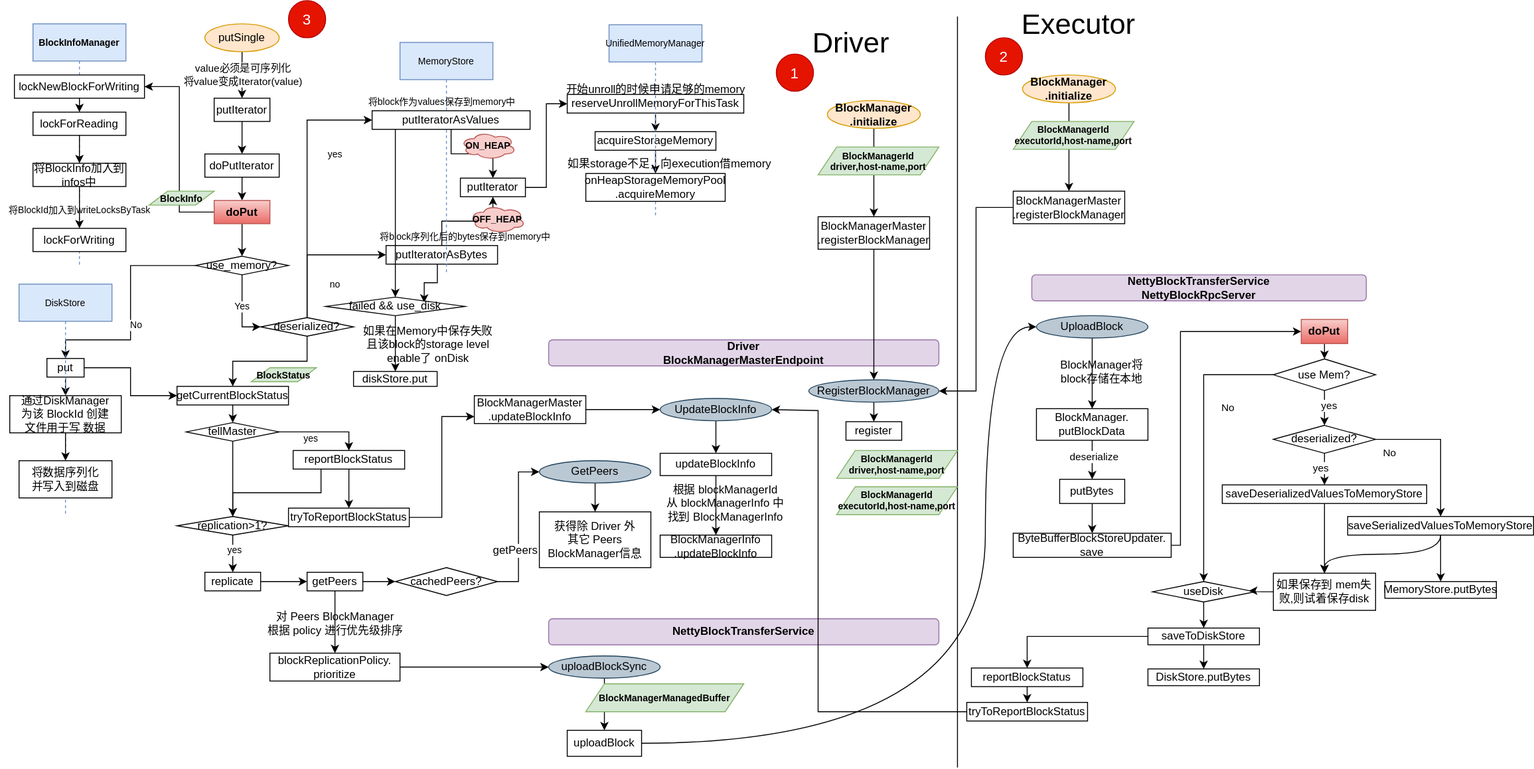
Above: docs/spark/blockmanager/bm/blockmanager-putSingle.svg in wbo4958/wbo4958.github.io (draw.io), before the change. Source tidied: cells renumbered, new cells last; positions are measured from the earlier drawing's top-left corner, leaving out a move shared by most shapes.
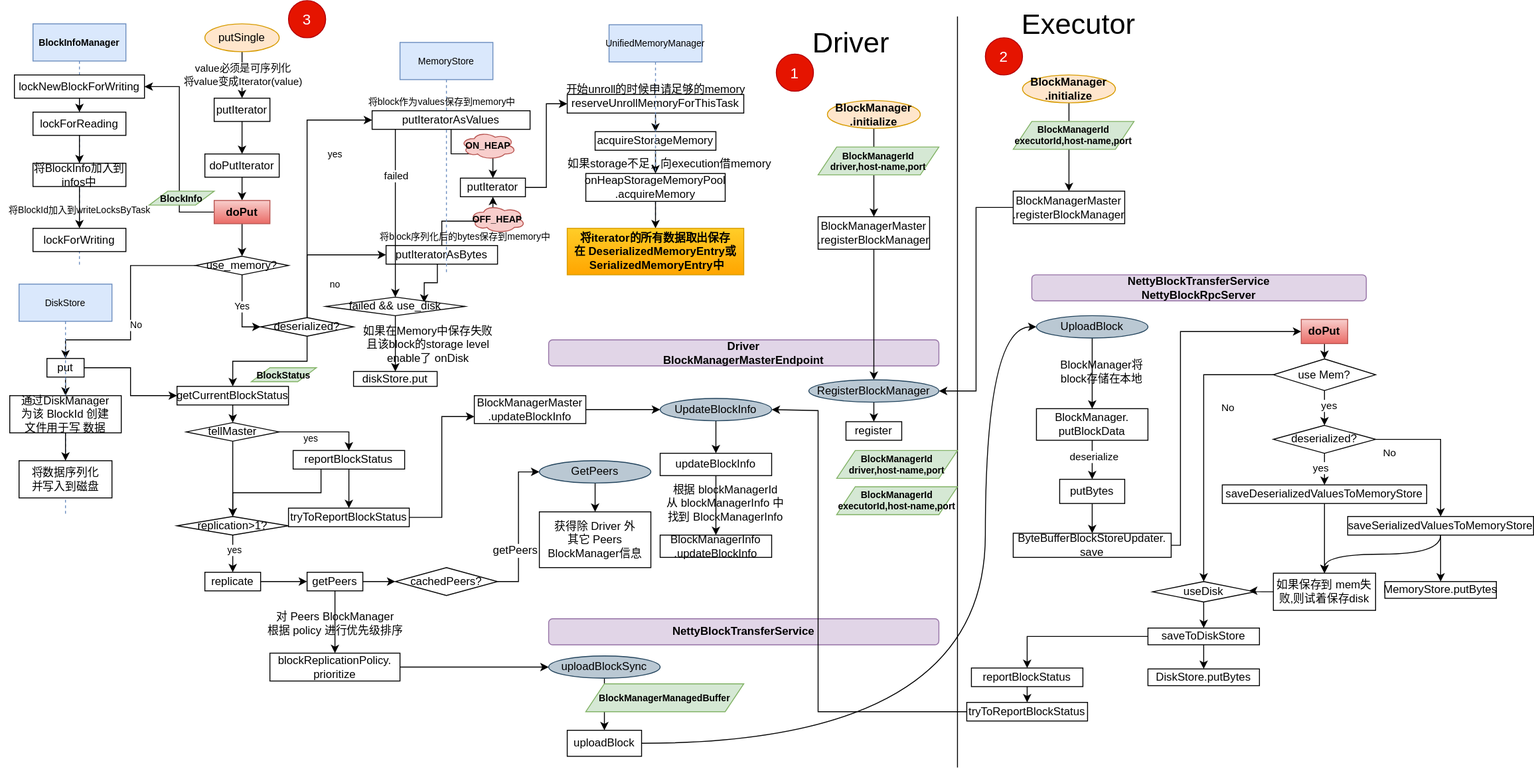
After the change.

Commit message:
BlockManager: update putSingle (#36)

What changed in the source:
```diff
@@ -150,6 +150,9 @@
         </Array>
       </mxGeometry>
     </mxCell>
+    <mxCell id="173" value="failed" style="edgeLabel;html=1;align=center;verticalAlign=middle;" parent="43" vertex="1">
+      <mxGeometry x="-0.41" relative="1" as="geometry" />
+    </mxCell>
     <mxCell id="44" value="putIteratorAsValues" style="whiteSpace=wrap;html=1;" parent="1" vertex="1">
       <mxGeometry x="400" y="118.5" width="170" height="20" as="geometry" />
     </mxCell>
@@ -249,6 +252,9 @@
     <mxCell id="76" value="开始unroll的时候申请足够的memory" style="text;html=1;align=center;verticalAlign=middle;" parent="1" vertex="1">
       <mxGeometry x="600" y="86" width="210" height="20" as="geometry" />
     </mxCell>
+    <mxCell id="174" style="edgeStyle=orthogonalEdgeStyle;rounded=0;jettySize=auto;html=1;" parent="1" edge="1" source="77" target="175">
+      <mxGeometry relative="1" as="geometry" />
+    </mxCell>
     <mxCell id="77" value="onHeapStorageMemoryPool&lt;br&gt;.acquireMemory" style="whiteSpace=wrap;html=1;" parent="1" vertex="1">
       <mxGeometry x="630" y="186" width="150" height="30" as="geometry" />
     </mxCell>
@@ -559,5 +565,8 @@
     <mxCell id="172" value="如果在Memory中保存失败&lt;br&gt;且该block的storage level&lt;br&gt;enable了 onDisk" style="text;html=1;align=center;verticalAlign=middle;" parent="1" vertex="1">
       <mxGeometry x="380" y="345" width="160" height="50" as="geometry" />
     </mxCell>
+    <mxCell id="175" value="将iterator的所有数据取出保存在&amp;nbsp;DeserializedMemoryEntry或&lt;br&gt;&amp;nbsp;SerializedMemoryEntry中" style="whiteSpace=wrap;html=1;fillColor=#ffcd28;strokeColor=#d79b00;gradientColor=#ffa500;fontStyle=1;" parent="1" vertex="1">
+      <mxGeometry x="610" y="245" width="190" height="50" as="geometry" />
+    </mxCell>
   </root>
 </mxGraphModel>
```
